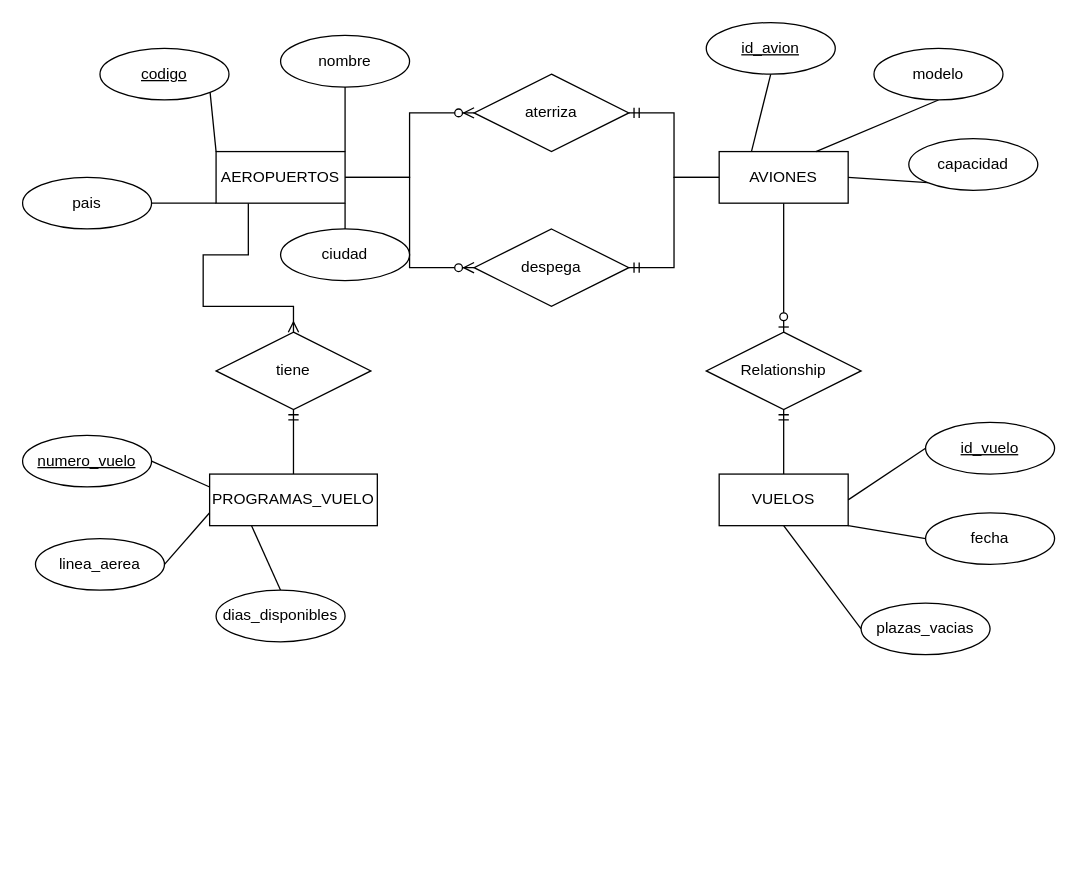
Earlier version of the draw.io diagram aeropuerto.drawio (rosemberg0212/Software-libre). Source tidied: cells renumbered, new cells numbered last; positions are measured from the earlier drawing's top-left corner, leaving out a move shared by most shapes. Both pictures are drawn from the tidied source at 129%, with x=0, y=0 at pixel (22, 22).
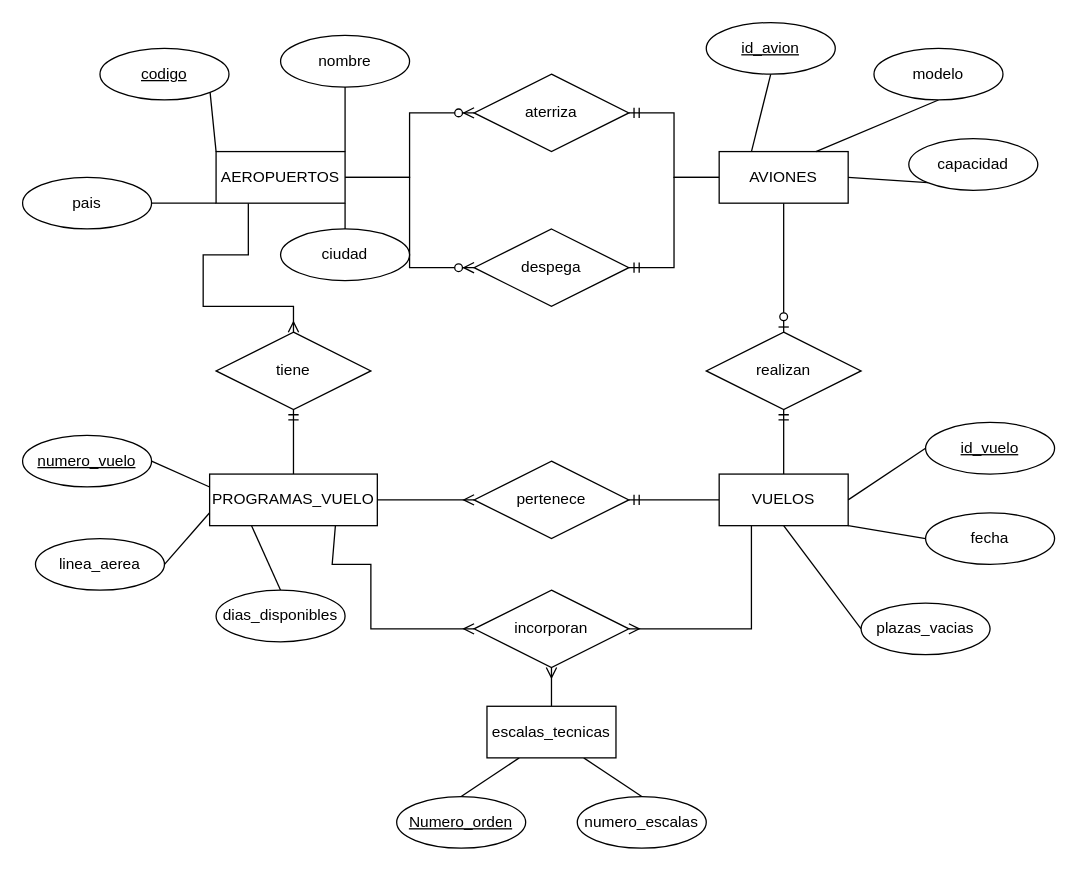
Above is the later version.

Unchanged cells that the change refers to:
```xml
<mxCell id="27" value="PROGRAMAS_VUELO" style="whiteSpace=wrap;html=1;align=center;" parent="1" vertex="1">
  <mxGeometry x="145" y="350" width="130" height="40" as="geometry" />
</mxCell>
<mxCell id="36" value="VUELOS" style="whiteSpace=wrap;html=1;align=center;" parent="1" vertex="1">
  <mxGeometry x="540" y="350" width="100" height="40" as="geometry" />
</mxCell>
```

What changed in the source:
```diff
@@
+    <mxCell id="44" style="edgeStyle=none;rounded=0;jettySize=auto;html=1;exitX=1;exitY=0.5;exitDx=0;exitDy=0;entryX=0;entryY=0.5;entryDx=0;entryDy=0;startArrow=none;startFill=0;endArrow=ERmany;endFill=0;" parent="1" edge="1" source="27" target="48">
+      <mxGeometry relative="1" as="geometry" />
+    </mxCell>
+    <mxCell id="45" style="edgeStyle=none;rounded=0;jettySize=auto;html=1;exitX=0.75;exitY=1;exitDx=0;exitDy=0;entryX=0;entryY=0.5;entryDx=0;entryDy=0;startArrow=none;startFill=0;endArrow=ERmany;endFill=0;" parent="1" edge="1" source="27" target="55">
+      <mxGeometry relative="1" as="geometry">
+        <Array as="points">
+          <mxPoint x="240" y="420" />
+          <mxPoint x="270" y="420" />
+          <mxPoint x="270" y="470" />
+        </Array>
+      </mxGeometry>
+    </mxCell>
@@
+    <mxCell id="46" style="edgeStyle=none;rounded=0;jettySize=auto;html=1;exitX=0;exitY=0.5;exitDx=0;exitDy=0;entryX=1;entryY=0.5;entryDx=0;entryDy=0;startArrow=none;startFill=0;endArrow=ERmandOne;endFill=0;" parent="1" edge="1" source="36" target="48">
+      <mxGeometry relative="1" as="geometry" />
+    </mxCell>
+    <mxCell id="47" style="edgeStyle=none;rounded=0;jettySize=auto;html=1;exitX=0.25;exitY=1;exitDx=0;exitDy=0;entryX=1;entryY=0.5;entryDx=0;entryDy=0;startArrow=none;startFill=0;endArrow=ERmany;endFill=0;" parent="1" edge="1" source="36" target="55">
+      <mxGeometry relative="1" as="geometry">
+        <Array as="points">
+          <mxPoint x="565" y="470" />
+        </Array>
+      </mxGeometry>
+    </mxCell>
@@
-    <mxCell id="43" value="Relationship" style="shape=rhombus;perimeter=rhombusPerimeter;whiteSpace=wrap;html=1;align=center;" parent="1" vertex="1">
+    <mxCell id="43" value="realizan" style="shape=rhombus;perimeter=rhombusPerimeter;whiteSpace=wrap;html=1;align=center;" parent="1" vertex="1">
       <mxGeometry x="530" y="240" width="120" height="60" as="geometry" />
     </mxCell>
+    <mxCell id="48" value="pertenece" style="shape=rhombus;perimeter=rhombusPerimeter;whiteSpace=wrap;html=1;align=center;" parent="1" vertex="1">
+      <mxGeometry x="350" y="340" width="120" height="60" as="geometry" />
+    </mxCell>
+    <mxCell id="49" style="edgeStyle=none;rounded=0;jettySize=auto;html=1;exitX=0.5;exitY=0;exitDx=0;exitDy=0;entryX=0.5;entryY=1;entryDx=0;entryDy=0;startArrow=none;startFill=0;endArrow=ERmany;endFill=0;" parent="1" edge="1" source="52" target="55">
+      <mxGeometry relative="1" as="geometry" />
+    </mxCell>
+    <mxCell id="50" style="edgeStyle=none;rounded=0;jettySize=auto;html=1;exitX=0.25;exitY=1;exitDx=0;exitDy=0;entryX=0.5;entryY=0;entryDx=0;entryDy=0;startArrow=none;startFill=0;endArrow=none;endFill=0;" parent="1" edge="1" source="52" target="53">
+      <mxGeometry relative="1" as="geometry" />
+    </mxCell>
+    <mxCell id="51" style="edgeStyle=none;rounded=0;jettySize=auto;html=1;exitX=0.75;exitY=1;exitDx=0;exitDy=0;entryX=0.5;entryY=0;entryDx=0;entryDy=0;startArrow=none;startFill=0;endArrow=none;endFill=0;" parent="1" edge="1" source="52" target="54">
+      <mxGeometry relative="1" as="geometry" />
+    </mxCell>
+    <mxCell id="52" value="escalas_tecnicas" style="whiteSpace=wrap;html=1;align=center;" parent="1" vertex="1">
+      <mxGeometry x="360" y="530" width="100" height="40" as="geometry" />
+    </mxCell>
+    <mxCell id="53" value="Numero_orden" style="ellipse;whiteSpace=wrap;html=1;align=center;fontStyle=4;" parent="1" vertex="1">
+      <mxGeometry x="290" y="600" width="100" height="40" as="geometry" />
+    </mxCell>
+    <mxCell id="54" value="numero_escalas" style="ellipse;whiteSpace=wrap;html=1;align=center;" parent="1" vertex="1">
+      <mxGeometry x="430" y="600" width="100" height="40" as="geometry" />
+    </mxCell>
+    <mxCell id="55" value="incorporan" style="shape=rhombus;perimeter=rhombusPerimeter;whiteSpace=wrap;html=1;align=center;" parent="1" vertex="1">
+      <mxGeometry x="350" y="440" width="120" height="60" as="geometry" />
+    </mxCell>
```
